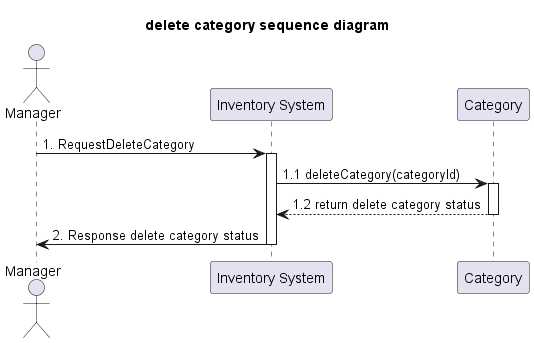
Above: out/system-analysis/sequence/_3_4_sequence-delete-category/_3_4_sequence-delete-category.png in billowdev/inventory-system-plantuml-sequelize-seeder-example (PlantUML), before the change.
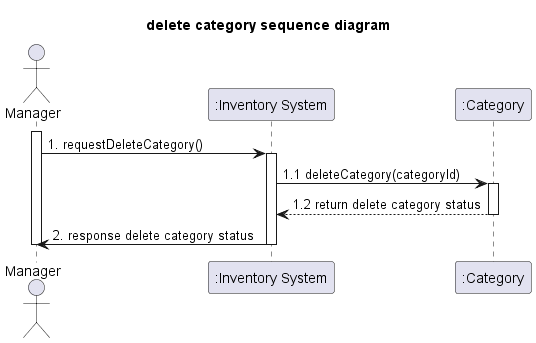
Above is the later version.

What changed in the source:
```diff
@@ -2,23 +2,23 @@
 title delete category sequence diagram
 
 actor Manager as actorManager
-participant "Inventory System" as InventorySystem
-participant "Category" as classCategory
+participant ":Inventory System" as InventorySystem
+participant ":Category" as classCategory
 
-actorManager -> InventorySystem: 1. RequestDeleteCategory
+activate actorManager
+
+actorManager -> InventorySystem: 1. requestDeleteCategory()
 activate InventorySystem
 
 InventorySystem -> classCategory: 1.1 deleteCategory(categoryId)
 activate classCategory
 
-
 classCategory --> InventorySystem: 1.2 return delete category status
 deactivate classCategory
 
-
-InventorySystem -> actorManager: 2. Response delete category status
+InventorySystem -> actorManager: 2. response delete category status
 deactivate InventorySystem
 
-
+deactivate actorManager
 
 @enduml
```
